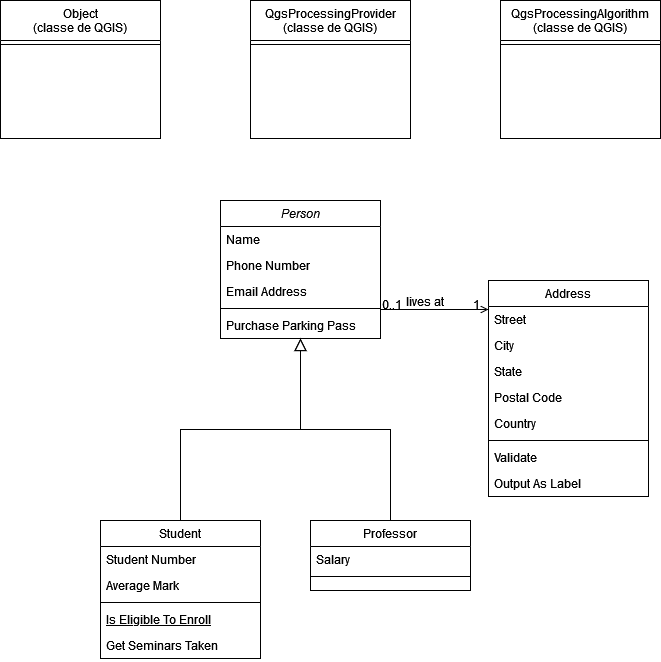
The draw.io diagram Diag_act_plugin_general.drawio.png in leonielrx/ProjetInfo_DoGeo, before a commit. Source tidied: cells renumbered, new cells last; positions are measured from the earlier drawing's top-left corner, leaving out a move shared by most shapes.
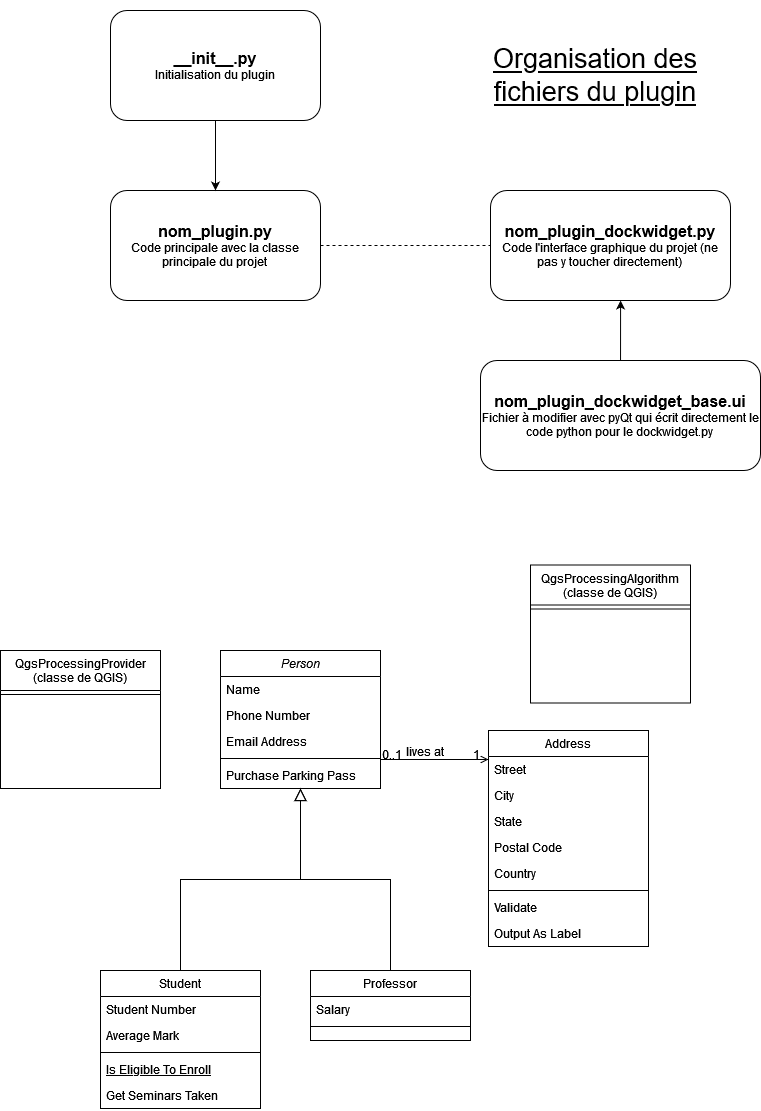
Above is the later version.

Commit message:
Mettre à jour Diag_act_plugin_general.drawio.png

Change to the diagram source:
```diff
@@ -100,23 +100,43 @@
         <mxPoint x="-38" y="40" as="offset" />
       </mxGeometry>
     </mxCell>
-    <mxCell id="32" value="Object&#10;(classe de QGIS)&#10;" style="swimlane;fontStyle=0;align=center;verticalAlign=top;horizontal=1;startSize=40;rounded=0;shadow=0;strokeWidth=1;" parent="1" vertex="1">
-      <mxGeometry width="160" height="138" as="geometry" />
-    </mxCell>
-    <mxCell id="33" style="line;html=1;strokeWidth=1;align=left;verticalAlign=middle;spacingTop=-1;spacingLeft=3;spacingRight=3;labelPosition=right;" parent="32" vertex="1">
-      <mxGeometry y="40" width="160" height="8" as="geometry" />
-    </mxCell>
     <mxCell id="34" value="QgsProcessingAlgorithm&#10;(classe de QGIS)&#10;" style="swimlane;fontStyle=0;align=center;verticalAlign=top;horizontal=1;startSize=40;rounded=0;shadow=0;strokeWidth=1;" parent="1" vertex="1">
-      <mxGeometry x="500" width="160" height="138" as="geometry" />
+      <mxGeometry x="530" y="114.5" width="160" height="138" as="geometry" />
     </mxCell>
     <mxCell id="35" style="line;html=1;strokeWidth=1;align=left;verticalAlign=middle;spacingTop=-1;spacingLeft=3;spacingRight=3;labelPosition=right;" parent="34" vertex="1">
       <mxGeometry y="40" width="160" height="8" as="geometry" />
     </mxCell>
     <mxCell id="36" value="QgsProcessingProvider&#10;(classe de QGIS)&#10;" style="swimlane;fontStyle=0;align=center;verticalAlign=top;horizontal=1;startSize=40;rounded=0;shadow=0;strokeWidth=1;" parent="1" vertex="1">
-      <mxGeometry x="250" width="160" height="138" as="geometry" />
+      <mxGeometry y="200" width="160" height="138" as="geometry" />
     </mxCell>
     <mxCell id="37" style="line;html=1;strokeWidth=1;align=left;verticalAlign=middle;spacingTop=-1;spacingLeft=3;spacingRight=3;labelPosition=right;" parent="36" vertex="1">
       <mxGeometry y="40" width="160" height="8" as="geometry" />
     </mxCell>
+    <mxCell id="38" value="Organisation des fichiers du plugin " style="text;html=1;align=center;verticalAlign=middle;whiteSpace=wrap;rounded=0;fontSize=27;fontStyle=4;" parent="1" vertex="1">
+      <mxGeometry x="450" y="-450" width="290" height="150" as="geometry" />
+    </mxCell>
+    <mxCell id="39" value="&lt;div&gt;&lt;b&gt;&lt;font style=&quot;font-size: 16px;&quot;&gt;nom_plugin.py&lt;/font&gt;&lt;/b&gt;&lt;/div&gt;&lt;div&gt;Code principale avec la classe principale du projet&lt;br&gt;&lt;/div&gt;" style="rounded=1;whiteSpace=wrap;html=1;" parent="1" vertex="1">
+      <mxGeometry x="110" y="-260" width="210" height="110" as="geometry" />
+    </mxCell>
+    <mxCell id="40" value="&lt;div&gt;&lt;b&gt;&lt;font style=&quot;font-size: 16px;&quot;&gt;__init__.py&lt;/font&gt;&lt;/b&gt;&lt;/div&gt;&lt;div&gt;Initialisation du plugin&lt;br&gt;&lt;/div&gt;" style="rounded=1;whiteSpace=wrap;html=1;" parent="1" vertex="1">
+      <mxGeometry x="110" y="-440" width="210" height="110" as="geometry" />
+    </mxCell>
+    <mxCell id="41" style="endArrow=classic;html=1;rounded=0;entryX=0.5;entryY=0;entryDx=0;entryDy=0;" parent="1" edge="1" target="39">
+      <mxGeometry relative="1" as="geometry">
+        <mxPoint x="215" y="-330" as="sourcePoint" />
+      </mxGeometry>
+    </mxCell>
+    <mxCell id="42" value="&lt;div&gt;&lt;b&gt;&lt;font style=&quot;font-size: 16px;&quot;&gt;nom_plugin_dockwidget.py&lt;/font&gt;&lt;/b&gt;&lt;/div&gt;&lt;div&gt;Code l'interface graphique du projet (ne pas y toucher directement)&lt;br&gt;&lt;/div&gt;" style="rounded=1;whiteSpace=wrap;html=1;" parent="1" vertex="1">
+      <mxGeometry x="490" y="-260" width="240" height="110" as="geometry" />
+    </mxCell>
+    <mxCell id="43" style="endArrow=none;dashed=1;html=1;rounded=0;exitX=1;exitY=0.5;exitDx=0;exitDy=0;entryX=0;entryY=0.5;entryDx=0;entryDy=0;" parent="1" edge="1" source="39" target="42">
+      <mxGeometry relative="1" as="geometry" />
+    </mxCell>
+    <mxCell id="44" value="&lt;div&gt;&lt;b&gt;&lt;font style=&quot;font-size: 16px;&quot;&gt;nom_plugin_dockwidget_base.ui&lt;/font&gt;&lt;/b&gt;&lt;/div&gt;&lt;div&gt;Fichier à modifier avec pyQt qui écrit directement le code python pour le dockwidget.py&lt;br&gt;&lt;/div&gt;" style="rounded=1;whiteSpace=wrap;html=1;" parent="1" vertex="1">
+      <mxGeometry x="480" y="-90" width="280" height="110" as="geometry" />
+    </mxCell>
+    <mxCell id="45" style="endArrow=classic;html=1;rounded=0;entryX=0.542;entryY=1;entryDx=0;entryDy=0;entryPerimeter=0;" parent="1" edge="1" source="44" target="42">
+      <mxGeometry relative="1" as="geometry" />
+    </mxCell>
   </root>
 </mxGraphModel>
```
